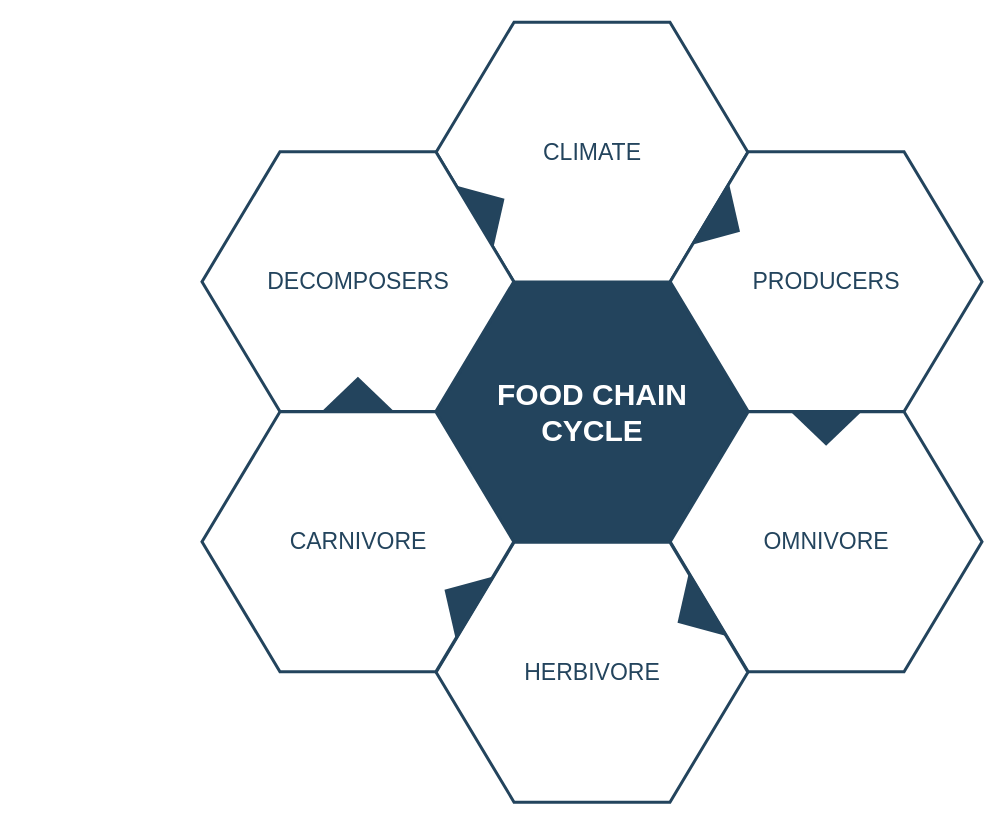
This is Temporada_Europa.drawio from zolymo/diagrams, a draw.io file, before an edit. Source tidied: cells renumbered, new cells numbered last; positions are measured from the earlier drawing's top-left corner, leaving out a move shared by most shapes. Both pictures are drawn from the tidied source at 100%, with x=0, y=0 at pixel (201, 22).
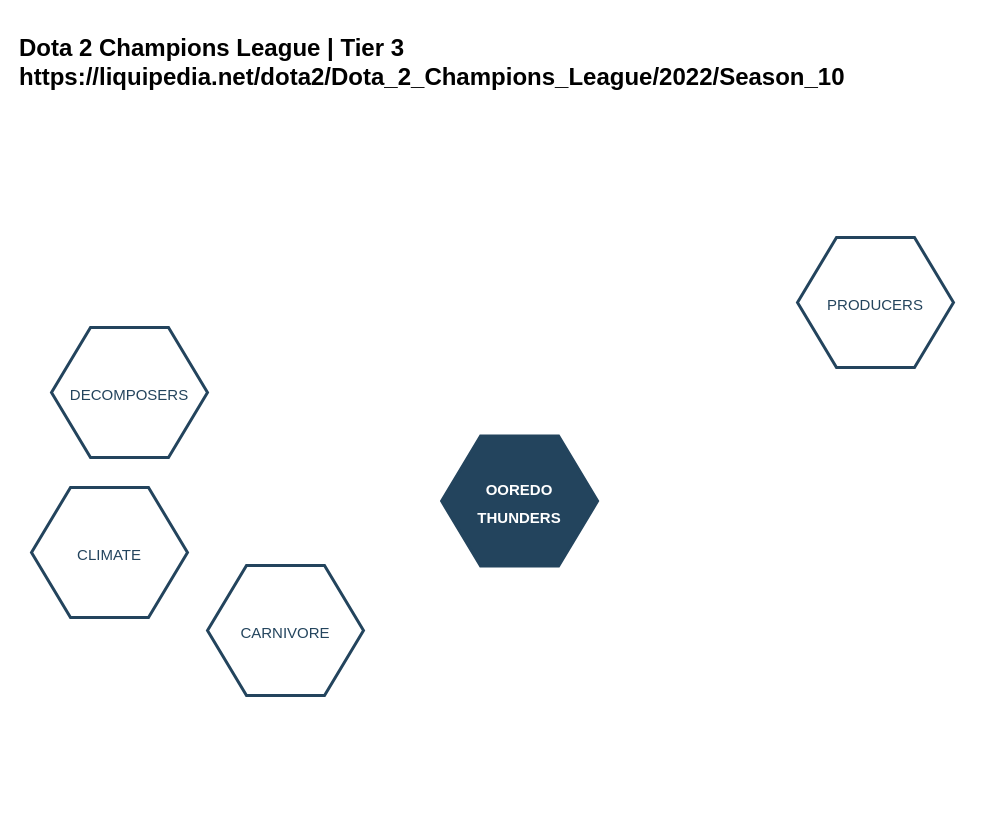
The same diagram, later.

Diff of the diagram source:
```diff
@@
 <mxGraphModel>
   <root>
     <mxCell id="0" />
     <mxCell id="1" parent="0" />
-    <mxCell id="2" value="&lt;font style=&quot;font-size: 30px&quot; color=&quot;#ffffff&quot;&gt;&lt;b&gt;&lt;span&gt;FOOD CHAIN&lt;/span&gt;&lt;br&gt;&lt;span&gt;CYCLE&lt;/span&gt;&lt;/b&gt;&lt;/font&gt;&lt;br&gt;" style="shape=hexagon;perimeter=hexagonPerimeter2;whiteSpace=wrap;html=1;shadow=0;labelBackgroundColor=none;strokeColor=#23445D;fillColor=#23445D;gradientColor=none;fontFamily=Helvetica;fontSize=23;fontColor=#23445d;align=center;strokeWidth=3;" parent="1" vertex="1">
-      <mxGeometry x="234.6" y="259.8" width="311.8" height="259.9" as="geometry" />
+    <mxCell id="2" value="&lt;font color=&quot;#ffffff&quot;&gt;&lt;span style=&quot;font-size: 15px;&quot;&gt;&lt;b&gt;OOREDO&lt;br&gt;THUNDERS&lt;/b&gt;&lt;/span&gt;&lt;/font&gt;" style="shape=hexagon;perimeter=hexagonPerimeter2;whiteSpace=wrap;html=1;shadow=0;labelBackgroundColor=none;strokeColor=#23445D;fillColor=#23445D;gradientColor=none;fontFamily=Helvetica;fontSize=23;fontColor=#23445d;align=center;strokeWidth=3;" parent="1" vertex="1">
+      <mxGeometry x="240.1" y="413.6" width="156" height="130" as="geometry" />
     </mxCell>
     <mxCell id="3" style="triangle;whiteSpace=wrap;html=1;shadow=0;labelBackgroundColor=none;strokeColor=none;fillColor=#FFFFFF;fontFamily=Helvetica;fontSize=17;fontColor=#23445d;align=center;rotation=90;gradientColor=none;flipV=1;flipH=1;opacity=20;" parent="1" vertex="1">
-      <mxGeometry x="115.5" y="277.7" width="72" height="152" as="geometry" />
+      <mxGeometry x="121" y="431.5" width="72" height="152" as="geometry" />
     </mxCell>
-    <mxCell id="4" value="&lt;font style=&quot;font-size: 23px&quot;&gt;CLIMATE&lt;/font&gt;" style="shape=hexagon;perimeter=hexagonPerimeter2;whiteSpace=wrap;html=1;shadow=0;labelBackgroundColor=none;strokeColor=#23445D;fillColor=#ffffff;gradientColor=none;fontFamily=Helvetica;fontSize=23;fontColor=#23445D;align=center;strokeWidth=3;" parent="1" vertex="1">
-      <mxGeometry x="234.6" y="-0.3" width="311.8" height="259.9" as="geometry" />
+    <mxCell id="4" value="&lt;font style=&quot;font-size: 15px;&quot;&gt;CLIMATE&lt;/font&gt;" style="shape=hexagon;perimeter=hexagonPerimeter2;whiteSpace=wrap;html=1;shadow=0;labelBackgroundColor=none;strokeColor=#23445D;fillColor=#ffffff;gradientColor=none;fontFamily=Helvetica;fontSize=23;fontColor=#23445D;align=center;strokeWidth=3;" parent="1" vertex="1">
+      <mxGeometry x="-170" y="465" width="156" height="130" as="geometry" />
     </mxCell>
-    <mxCell id="5" value="&lt;font style=&quot;font-size: 23px&quot;&gt;PRODUCERS&lt;/font&gt;" style="shape=hexagon;perimeter=hexagonPerimeter2;whiteSpace=wrap;html=1;shadow=0;labelBackgroundColor=none;strokeColor=#23445D;fillColor=#FFFFFF;gradientColor=none;fontFamily=Helvetica;fontSize=23;fontColor=#23445d;align=center;strokeWidth=3;" parent="1" vertex="1">
-      <mxGeometry x="468.7" y="129.2" width="311.8" height="259.9" as="geometry" />
+    <mxCell id="5" value="&lt;font style=&quot;font-size: 15px;&quot;&gt;PRODUCERS&lt;/font&gt;" style="shape=hexagon;perimeter=hexagonPerimeter2;whiteSpace=wrap;html=1;shadow=0;labelBackgroundColor=none;strokeColor=#23445D;fillColor=#FFFFFF;gradientColor=none;fontFamily=Helvetica;fontSize=23;fontColor=#23445d;align=center;strokeWidth=3;" parent="1" vertex="1">
+      <mxGeometry x="596" y="215" width="156" height="130" as="geometry" />
     </mxCell>
-    <mxCell id="6" value="&lt;font style=&quot;font-size: 23px&quot;&gt;OMNIVORE&lt;/font&gt;" style="shape=hexagon;perimeter=hexagonPerimeter2;whiteSpace=wrap;html=1;shadow=0;labelBackgroundColor=none;strokeColor=#23445D;fillColor=#FFFFFF;gradientColor=none;fontFamily=Helvetica;fontSize=23;fontColor=#23445d;align=center;strokeWidth=3;" parent="1" vertex="1">
-      <mxGeometry x="468.7" y="389.3" width="311.8" height="259.9" as="geometry" />
-    </mxCell>
-    <mxCell id="7" value="&lt;font style=&quot;font-size: 23px&quot;&gt;HERBIVORE&lt;/font&gt;" style="shape=hexagon;perimeter=hexagonPerimeter2;whiteSpace=wrap;html=1;shadow=0;labelBackgroundColor=none;strokeColor=#23445D;fillColor=#FFFFFF;gradientColor=none;fontFamily=Helvetica;fontSize=23;fontColor=#23445d;align=center;strokeWidth=3;" parent="1" vertex="1">
-      <mxGeometry x="234.6" y="519.8" width="311.8" height="259.9" as="geometry" />
-    </mxCell>
-    <mxCell id="8" value="&lt;font style=&quot;font-size: 23px&quot;&gt;CARNIVORE&lt;/font&gt;" style="shape=hexagon;perimeter=hexagonPerimeter2;whiteSpace=wrap;html=1;shadow=0;labelBackgroundColor=none;strokeColor=#23445D;fillColor=#FFFFFF;gradientColor=none;fontFamily=Helvetica;fontSize=23;fontColor=#23445d;align=center;strokeWidth=3;" parent="1" vertex="1">
-      <mxGeometry x="0.5" y="389.3" width="311.8" height="259.9" as="geometry" />
+    <mxCell id="8" value="&lt;font style=&quot;font-size: 15px;&quot;&gt;CARNIVORE&lt;/font&gt;" style="shape=hexagon;perimeter=hexagonPerimeter2;whiteSpace=wrap;html=1;shadow=0;labelBackgroundColor=none;strokeColor=#23445D;fillColor=#FFFFFF;gradientColor=none;fontFamily=Helvetica;fontSize=23;fontColor=#23445d;align=center;strokeWidth=3;" parent="1" vertex="1">
+      <mxGeometry x="6" y="543.1" width="156" height="130" as="geometry" />
     </mxCell>
-    <mxCell id="9" value="&lt;font style=&quot;font-size: 23px;&quot;&gt;DECOMPOSERS&lt;/font&gt;" style="shape=hexagon;perimeter=hexagonPerimeter2;whiteSpace=wrap;html=1;shadow=0;labelBackgroundColor=none;strokeColor=#23445D;fillColor=#ffffff;gradientColor=none;fontFamily=Helvetica;fontSize=23;fontColor=#23445D;align=center;strokeWidth=3;" parent="1" vertex="1">
-      <mxGeometry x="0.5" y="129.2" width="311.8" height="259.9" as="geometry" />
+    <mxCell id="9" value="&lt;font style=&quot;font-size: 15px;&quot;&gt;DECOMPOSERS&lt;/font&gt;" style="shape=hexagon;perimeter=hexagonPerimeter2;whiteSpace=wrap;html=1;shadow=0;labelBackgroundColor=none;strokeColor=#23445D;fillColor=#ffffff;gradientColor=none;fontFamily=Helvetica;fontSize=23;fontColor=#23445D;align=center;strokeWidth=3;" parent="1" vertex="1">
+      <mxGeometry x="-150" y="305" width="156" height="130" as="geometry" />
     </mxCell>
-    <mxCell id="10" style="triangle;whiteSpace=wrap;html=1;shadow=0;labelBackgroundColor=none;strokeColor=none;fillColor=#23445D;fontFamily=Helvetica;fontSize=17;fontColor=#23445d;align=center;rotation=31;gradientColor=none;strokeWidth=3;" parent="1" vertex="1">
-      <mxGeometry x="506" y="163.7" width="35" height="73" as="geometry" />
-    </mxCell>
-    <mxCell id="11" style="triangle;whiteSpace=wrap;html=1;shadow=0;labelBackgroundColor=none;strokeColor=none;fillColor=#23445D;fontFamily=Helvetica;fontSize=17;fontColor=#23445d;align=center;rotation=31;gradientColor=none;flipH=1;strokeWidth=3;" parent="1" vertex="1">
-      <mxGeometry x="240.5" y="539.7" width="35" height="73" as="geometry" />
-    </mxCell>
-    <mxCell id="12" style="triangle;whiteSpace=wrap;html=1;shadow=0;labelBackgroundColor=none;strokeColor=none;fillColor=#23445D;fontFamily=Helvetica;fontSize=17;fontColor=#23445d;align=center;rotation=329;gradientColor=none;strokeWidth=3;" parent="1" vertex="1">
-      <mxGeometry x="270.5" y="148.7" width="35" height="73" as="geometry" />
-    </mxCell>
-    <mxCell id="13" style="triangle;whiteSpace=wrap;html=1;shadow=0;labelBackgroundColor=none;strokeColor=none;fillColor=#23445D;fontFamily=Helvetica;fontSize=17;fontColor=#23445d;align=center;rotation=329;gradientColor=none;flipH=1;strokeWidth=3;" parent="1" vertex="1">
-      <mxGeometry x="473.5" y="554.7" width="35" height="73" as="geometry" />
-    </mxCell>
-    <mxCell id="14" style="triangle;whiteSpace=wrap;html=1;shadow=0;labelBackgroundColor=none;strokeColor=none;fillColor=#23445D;fontFamily=Helvetica;fontSize=17;fontColor=#23445d;align=center;rotation=90;gradientColor=none;strokeWidth=3;" parent="1" vertex="1">
-      <mxGeometry x="607.1" y="369.2" width="35" height="73" as="geometry" />
-    </mxCell>
-    <mxCell id="15" style="triangle;whiteSpace=wrap;html=1;shadow=0;labelBackgroundColor=none;strokeColor=none;fillColor=#23445D;fontFamily=Helvetica;fontSize=17;fontColor=#23445d;align=center;rotation=90;gradientColor=none;flipH=1;strokeWidth=3;" parent="1" vertex="1">
-      <mxGeometry x="138.9" y="335.2" width="35" height="73" as="geometry" />
-    </mxCell>
+    <mxCell id="16" value="Dota 2 Champions League | Tier 3 &lt;br&gt;https://liquipedia.net/dota2/Dota_2_Champions_League/2022/Season_10&amp;nbsp;" style="text;strokeColor=none;fillColor=none;html=1;fontSize=24;fontStyle=1;verticalAlign=middle;align=left;" parent="1" vertex="1">
+      <mxGeometry x="-184" y="-5" width="860" height="90" as="geometry" />
+    </mxCell>
   </root>
 </mxGraphModel>
```
